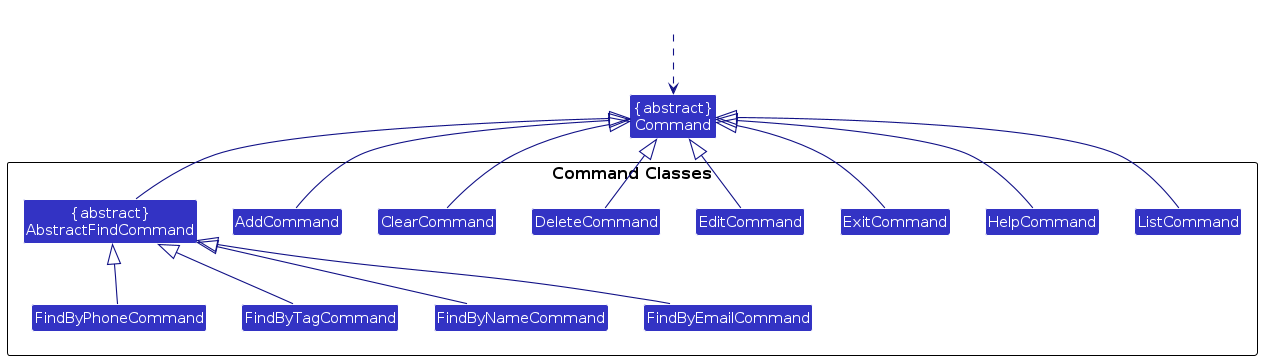
The PlantUML diagram diagrams/CommandClasses.png in AY2425S1-CS2103T-F14a-4/tp, before a commit. Its source is kept beside it as diagrams/CommandClasses.puml. The source it was exported from:
```plantuml
@startuml
!include style.puml
skinparam arrowThickness 1.1
skinparam arrowColor LOGIC_COLOR_T4
skinparam classBackgroundColor LOGIC_COLOR

Class "{abstract}\nCommand" as Command
Class HiddenOutside #FFFFFF

package "Command Classes" as CommandClasses {
    together {
        Class "{abstract}\nAbstractFindCommand" as AFC
        Class "AddCommand" as AC
        Class "ClearCommand" as CC
        Class "DeleteCommand" as DC
        Class "EditCommand" as EdC
        Class "ExitCommand" as ExC
        Class "FindByEmailCommand" as FEC
        Class "FindByNameCommand" as FNC
        Class "FindByTagCommand" as FTC
        Class "FindByPhoneCommand" as FPC
        Class "HelpCommand" as HC
        Class "ListCommand" as LC
    }
}
HiddenOutside ..> Command

AFC -u-|> Command
AFC -[hidden]right- AC
FEC -u-|> AFC
FNC -u-|> AFC
FTC -u-|> AFC
FPC -u-|> AFC

AC -u-|> Command
AC -[hidden]right- CC
FEC -[hidden]u- AC

CC -u-|> Command
CC -[hidden]right- DC
FEC -[hidden]u- CC

DC -u-|> Command
DC -[hidden]right- EdC
FEC -[hidden]u- DC

EdC -u-|> Command
EdC -[hidden]right- ExC
FEC -[hidden]u- EdC

ExC -u-|> Command
ExC -[hidden]right- HC
FEC -[hidden]u- ExC

HC -u-|> Command
HC -[hidden]right- LC
FEC -[hidden]u- HC

LC -u-|> Command
FEC -[hidden]u- LC
@enduml
```
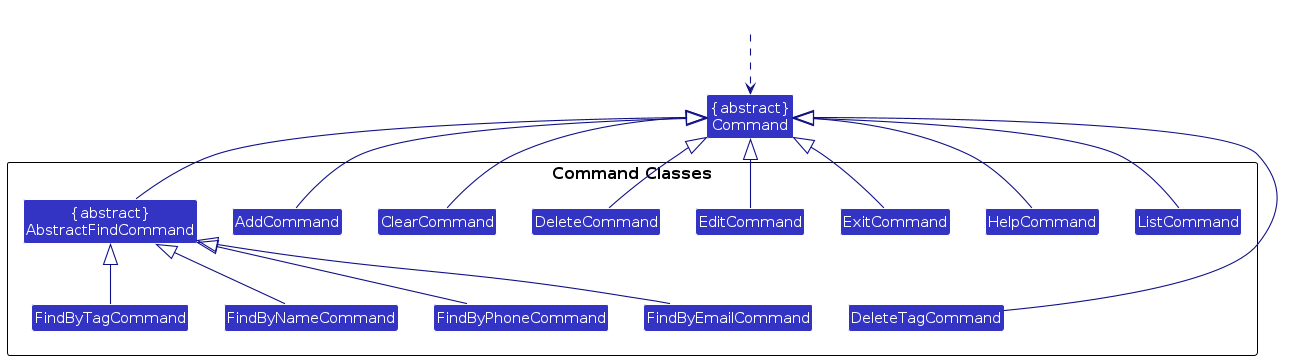
The same diagram one commit later.

The edit, as a diff of the source:
```diff
@@ -21,6 +21,7 @@
         Class "FindByPhoneCommand" as FPC
         Class "HelpCommand" as HC
         Class "ListCommand" as LC
+        Class "DeleteTagCommand" as DTC
     }
 }
 HiddenOutside ..> Command
@@ -42,6 +43,7 @@
 
 DC -u-|> Command
 DC -[hidden]right- EdC
+DTC -u-|> Command
 FEC -[hidden]u- DC
 
 EdC -u-|> Command
```
